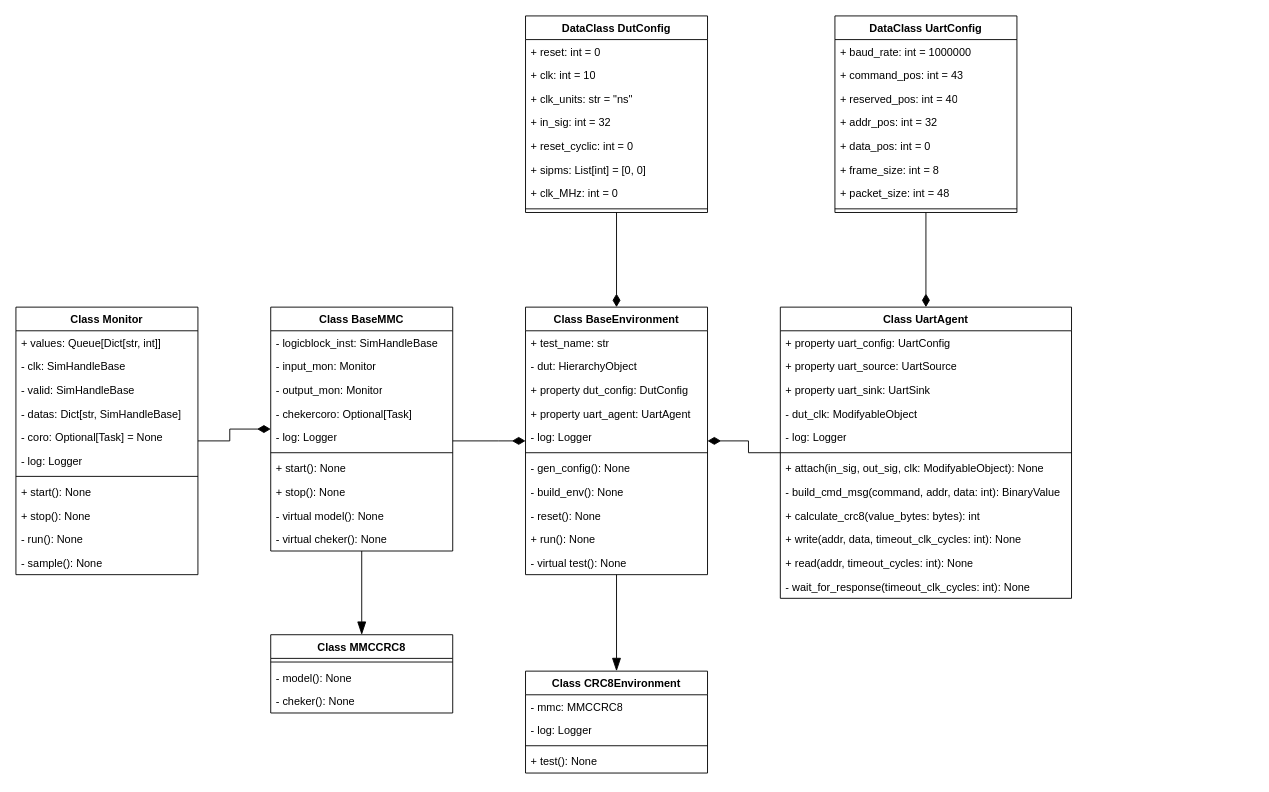
The draw.io diagram UML.drawio in florentcournoyer16/S8APP1, before the edit. Source tidied: cells renumbered, new cells numbered last; positions are measured from the earlier drawing's top-left corner, leaving out a move shared by most shapes. Both pictures are drawn from the tidied source at 91%, with x=0, y=0 at pixel (15, 15).
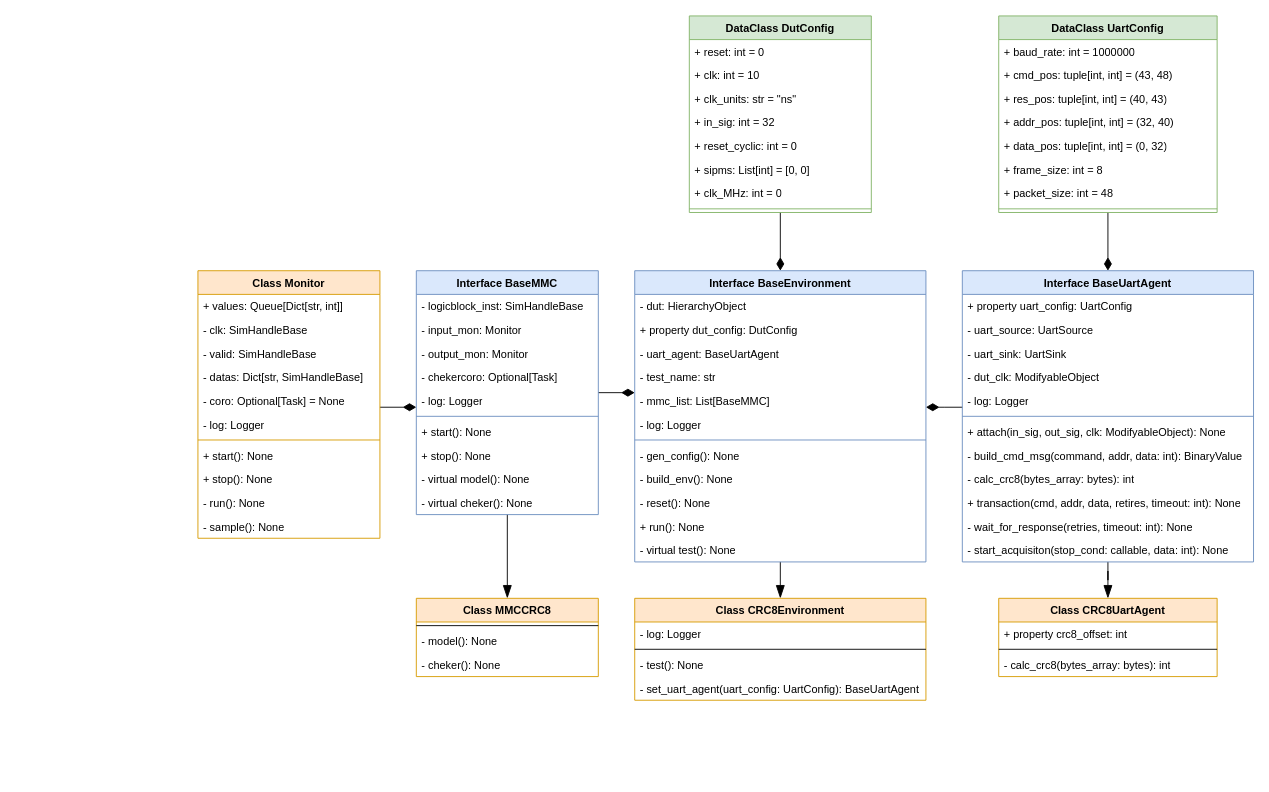
Above is the later version.

Diff of the diagram source:
```diff
@@
     <mxCell id="2" style="edgeStyle=orthogonalEdgeStyle;rounded=0;jettySize=auto;html=1;endSize=12;endArrow=blockThin;endFill=1;" parent="1" edge="1" source="3" target="75">
       <mxGeometry relative="1" as="geometry">
         <Array as="points">
-          <mxPoint x="650" y="802" />
+          <mxPoint x="900" y="580" />
+          <mxPoint x="900" y="580" />
         </Array>
       </mxGeometry>
     </mxCell>
-    <mxCell id="3" value="Class BaseEnvironment" style="swimlane;fontStyle=1;align=center;verticalAlign=top;horizontal=1;startSize=26;whiteSpace=wrap;html=1;" parent="1" vertex="1">
-      <mxGeometry x="560" y="320" width="200" height="294" as="geometry" />
+    <mxCell id="3" value="Interface BaseEnvironment" style="swimlane;fontStyle=1;align=center;verticalAlign=top;horizontal=1;startSize=26;whiteSpace=wrap;html=1;fillColor=#dae8fc;strokeColor=#6c8ebf;" parent="1" vertex="1">
+      <mxGeometry x="680" y="280" width="320" height="320" as="geometry" />
     </mxCell>
-    <mxCell id="4" value="+ test_name: str" style="text;strokeColor=none;fillColor=none;align=left;verticalAlign=top;spacingLeft=4;spacingRight=4;overflow=hidden;whiteSpace=wrap;html=1;" parent="3" vertex="1">
-      <mxGeometry y="26" width="200" height="26" as="geometry" />
-    </mxCell>
     <mxCell id="5" value="- dut: HierarchyObject" style="text;strokeColor=none;fillColor=none;align=left;verticalAlign=top;spacingLeft=4;spacingRight=4;overflow=hidden;whiteSpace=wrap;html=1;" parent="3" vertex="1">
-      <mxGeometry y="52" width="200" height="26" as="geometry" />
+      <mxGeometry y="26" width="320" height="26" as="geometry" />
     </mxCell>
     <mxCell id="6" value="+ property dut_config: DutConfig" style="text;strokeColor=none;fillColor=none;align=left;verticalAlign=top;spacingLeft=4;spacingRight=4;overflow=hidden;whiteSpace=wrap;html=1;" parent="3" vertex="1">
-      <mxGeometry y="78" width="200" height="26" as="geometry" />
+      <mxGeometry y="52" width="320" height="26" as="geometry" />
     </mxCell>
-    <mxCell id="7" value="+ property uart_agent: UartAgent" style="text;strokeColor=none;fillColor=none;align=left;verticalAlign=top;spacingLeft=4;spacingRight=4;overflow=hidden;whiteSpace=wrap;html=1;" parent="3" vertex="1">
-      <mxGeometry y="104" width="200" height="26" as="geometry" />
+    <mxCell id="7" value="- uart_agent: BaseUartAgent" style="text;strokeColor=none;fillColor=none;align=left;verticalAlign=top;spacingLeft=4;spacingRight=4;overflow=hidden;whiteSpace=wrap;html=1;" parent="3" vertex="1">
+      <mxGeometry y="78" width="320" height="26" as="geometry" />
     </mxCell>
+    <mxCell id="4" value="- test_name: str" style="text;strokeColor=none;fillColor=none;align=left;verticalAlign=top;spacingLeft=4;spacingRight=4;overflow=hidden;whiteSpace=wrap;html=1;" parent="3" vertex="1">
+      <mxGeometry y="104" width="320" height="26" as="geometry" />
+    </mxCell>
+    <mxCell id="84" value="- mmc_list: List[BaseMMC]" style="text;strokeColor=none;fillColor=none;align=left;verticalAlign=top;spacingLeft=4;spacingRight=4;overflow=hidden;whiteSpace=wrap;html=1;" parent="3" vertex="1">
+      <mxGeometry y="130" width="320" height="26" as="geometry" />
+    </mxCell>
     <mxCell id="8" value="- log: Logger" style="text;strokeColor=none;fillColor=none;align=left;verticalAlign=top;spacingLeft=4;spacingRight=4;overflow=hidden;whiteSpace=wrap;html=1;" parent="3" vertex="1">
-      <mxGeometry y="130" width="200" height="26" as="geometry" />
+      <mxGeometry y="156" width="320" height="26" as="geometry" />
     </mxCell>
     <mxCell id="9" style="line;strokeWidth=1;fillColor=none;align=left;verticalAlign=middle;spacingTop=-1;spacingLeft=3;spacingRight=3;labelPosition=right;strokeColor=inherit;" parent="3" vertex="1">
-      <mxGeometry y="156" width="200" height="8" as="geometry" />
+      <mxGeometry y="182" width="320" height="8" as="geometry" />
     </mxCell>
     <mxCell id="10" value="- gen_config(): None" style="text;strokeColor=none;fillColor=none;align=left;verticalAlign=top;spacingLeft=4;spacingRight=4;overflow=hidden;whiteSpace=wrap;html=1;" parent="3" vertex="1">
-      <mxGeometry y="164" width="200" height="26" as="geometry" />
+      <mxGeometry y="190" width="320" height="26" as="geometry" />
     </mxCell>
     <mxCell id="11" value="- build_env(): None" style="text;strokeColor=none;fillColor=none;align=left;verticalAlign=top;spacingLeft=4;spacingRight=4;overflow=hidden;whiteSpace=wrap;html=1;" parent="3" vertex="1">
-      <mxGeometry y="190" width="200" height="26" as="geometry" />
+      <mxGeometry y="216" width="320" height="26" as="geometry" />
     </mxCell>
     <mxCell id="12" value="- reset(): None" style="text;strokeColor=none;fillColor=none;align=left;verticalAlign=top;spacingLeft=4;spacingRight=4;overflow=hidden;whiteSpace=wrap;html=1;" parent="3" vertex="1">
-      <mxGeometry y="216" width="200" height="26" as="geometry" />
+      <mxGeometry y="242" width="320" height="26" as="geometry" />
     </mxCell>
     <mxCell id="13" value="+ run(): None" style="text;strokeColor=none;fillColor=none;align=left;verticalAlign=top;spacingLeft=4;spacingRight=4;overflow=hidden;whiteSpace=wrap;html=1;" parent="3" vertex="1">
-      <mxGeometry y="242" width="200" height="26" as="geometry" />
+      <mxGeometry y="268" width="320" height="26" as="geometry" />
     </mxCell>
     <mxCell id="14" value="- virtual test(): None" style="text;strokeColor=none;fillColor=none;align=left;verticalAlign=top;spacingLeft=4;spacingRight=4;overflow=hidden;whiteSpace=wrap;html=1;" parent="3" vertex="1">
-      <mxGeometry y="268" width="200" height="26" as="geometry" />
+      <mxGeometry y="294" width="320" height="26" as="geometry" />
     </mxCell>
     <mxCell id="15" style="edgeStyle=orthogonalEdgeStyle;rounded=0;jettySize=auto;html=1;endArrow=diamondThin;endFill=1;endSize=12;" parent="1" edge="1" source="16" target="3">
-      <mxGeometry relative="1" as="geometry" />
+      <mxGeometry relative="1" as="geometry">
+        <Array as="points">
+          <mxPoint x="1020" y="430" />
+          <mxPoint x="1020" y="430" />
+        </Array>
+      </mxGeometry>
     </mxCell>
+    <mxCell id="85" style="edgeStyle=orthogonalEdgeStyle;rounded=0;jettySize=auto;html=1;endArrow=blockThin;endFill=1;endSize=12;" parent="1" edge="1" source="16" target="88">
+      <mxGeometry relative="1" as="geometry" />
+    </mxCell>
-    <mxCell id="16" value="Class UartAgent" style="swimlane;fontStyle=1;align=center;verticalAlign=top;horizontal=1;startSize=26;whiteSpace=wrap;html=1;" parent="1" vertex="1">
-      <mxGeometry x="840" y="320" width="320" height="320" as="geometry" />
+    <mxCell id="16" value="Interface BaseUartAgent" style="swimlane;fontStyle=1;align=center;verticalAlign=top;horizontal=1;startSize=26;whiteSpace=wrap;html=1;fillColor=#dae8fc;strokeColor=#6c8ebf;" parent="1" vertex="1">
+      <mxGeometry x="1040" y="280" width="320" height="320" as="geometry" />
     </mxCell>
@@
-    <mxCell id="18" value="+ property uart_source: UartSource" style="text;strokeColor=none;fillColor=none;align=left;verticalAlign=top;spacingLeft=4;spacingRight=4;overflow=hidden;whiteSpace=wrap;html=1;" parent="16" vertex="1">
+    <mxCell id="18" value="- uart_source: UartSource" style="text;strokeColor=none;fillColor=none;align=left;verticalAlign=top;spacingLeft=4;spacingRight=4;overflow=hidden;whiteSpace=wrap;html=1;" parent="16" vertex="1">
       <mxGeometry y="52" width="320" height="26" as="geometry" />
     </mxCell>
-    <mxCell id="19" value="+ property uart_sink: UartSink" style="text;strokeColor=none;fillColor=none;align=left;verticalAlign=top;spacingLeft=4;spacingRight=4;overflow=hidden;whiteSpace=wrap;html=1;" parent="16" vertex="1">
+    <mxCell id="19" value="- uart_sink: UartSink" style="text;strokeColor=none;fillColor=none;align=left;verticalAlign=top;spacingLeft=4;spacingRight=4;overflow=hidden;whiteSpace=wrap;html=1;" parent="16" vertex="1">
       <mxGeometry y="78" width="320" height="26" as="geometry" />
     </mxCell>
@@
-    <mxCell id="25" value="+ calculate_crc8(value_bytes: bytes): int" style="text;strokeColor=none;fillColor=none;align=left;verticalAlign=top;spacingLeft=4;spacingRight=4;overflow=hidden;whiteSpace=wrap;html=1;" parent="16" vertex="1">
+    <mxCell id="25" value="- calc_crc8(bytes_array: bytes): int" style="text;strokeColor=none;fillColor=none;align=left;verticalAlign=top;spacingLeft=4;spacingRight=4;overflow=hidden;whiteSpace=wrap;html=1;" parent="16" vertex="1">
       <mxGeometry y="216" width="320" height="26" as="geometry" />
     </mxCell>
-    <mxCell id="26" value="+ write(addr, data, timeout_clk_cycles: int): None" style="text;strokeColor=none;fillColor=none;align=left;verticalAlign=top;spacingLeft=4;spacingRight=4;overflow=hidden;whiteSpace=wrap;html=1;" parent="16" vertex="1">
+    <mxCell id="26" value="+ transaction(cmd, addr, data, retires, timeout: int): None" style="text;strokeColor=none;fillColor=none;align=left;verticalAlign=top;spacingLeft=4;spacingRight=4;overflow=hidden;whiteSpace=wrap;html=1;" parent="16" vertex="1">
       <mxGeometry y="242" width="320" height="26" as="geometry" />
     </mxCell>
-    <mxCell id="27" value="+ read(addr, timeout_cycles: int): None" style="text;strokeColor=none;fillColor=none;align=left;verticalAlign=top;spacingLeft=4;spacingRight=4;overflow=hidden;whiteSpace=wrap;html=1;" parent="16" vertex="1">
-      <mxGeometry y="268" width="320" height="26" as="geometry" />
-    </mxCell>
-    <mxCell id="28" value="- wait_for_response(timeout_clk_cycles: int): None" style="text;strokeColor=none;fillColor=none;align=left;verticalAlign=top;spacingLeft=4;spacingRight=4;overflow=hidden;whiteSpace=wrap;html=1;" parent="16" vertex="1">
-      <mxGeometry y="294" width="320" height="26" as="geometry" />
+    <mxCell id="28" value="- wait_for_response(retries, timeout: int): None" style="text;strokeColor=none;fillColor=none;align=left;verticalAlign=top;spacingLeft=4;spacingRight=4;overflow=hidden;whiteSpace=wrap;html=1;" parent="16" vertex="1">
+      <mxGeometry y="268" width="320" height="26" as="geometry" />
     </mxCell>
+    <mxCell id="86" value="- start_acquisiton(stop_cond: callable, data: int): None" style="text;strokeColor=none;fillColor=none;align=left;verticalAlign=top;spacingLeft=4;spacingRight=4;overflow=hidden;whiteSpace=wrap;html=1;" parent="16" vertex="1">
+      <mxGeometry y="294" width="320" height="26" as="geometry" />
+    </mxCell>
@@
-    <mxCell id="30" value="DataClass UartConfig" style="swimlane;fontStyle=1;align=center;verticalAlign=top;horizontal=1;startSize=26;whiteSpace=wrap;html=1;" parent="1" vertex="1">
-      <mxGeometry x="900" width="200" height="216" as="geometry" />
+    <mxCell id="30" value="DataClass UartConfig" style="swimlane;fontStyle=1;align=center;verticalAlign=top;horizontal=1;startSize=26;whiteSpace=wrap;html=1;fillColor=#d5e8d4;strokeColor=#82b366;" parent="1" vertex="1">
+      <mxGeometry x="1080" width="240" height="216" as="geometry" />
     </mxCell>
     <mxCell id="31" value="+ baud_rate: int = 1000000" style="text;strokeColor=none;fillColor=none;align=left;verticalAlign=top;spacingLeft=4;spacingRight=4;overflow=hidden;whiteSpace=wrap;html=1;" parent="30" vertex="1">
-      <mxGeometry y="26" width="200" height="26" as="geometry" />
+      <mxGeometry y="26" width="240" height="26" as="geometry" />
     </mxCell>
-    <mxCell id="32" value="+ command_pos: int = 43" style="text;strokeColor=none;fillColor=none;align=left;verticalAlign=top;spacingLeft=4;spacingRight=4;overflow=hidden;whiteSpace=wrap;html=1;" parent="30" vertex="1">
-      <mxGeometry y="52" width="200" height="26" as="geometry" />
+    <mxCell id="32" value="+ cmd_pos: tuple[int, int] = (43, 48)" style="text;strokeColor=none;fillColor=none;align=left;verticalAlign=top;spacingLeft=4;spacingRight=4;overflow=hidden;whiteSpace=wrap;html=1;" parent="30" vertex="1">
+      <mxGeometry y="52" width="240" height="26" as="geometry" />
     </mxCell>
-    <mxCell id="33" value="+ reserved_pos: int = 40" style="text;strokeColor=none;fillColor=none;align=left;verticalAlign=top;spacingLeft=4;spacingRight=4;overflow=hidden;whiteSpace=wrap;html=1;" parent="30" vertex="1">
-      <mxGeometry y="78" width="200" height="26" as="geometry" />
+    <mxCell id="33" value="+ res_pos: tuple[int, int] = (40, 43)" style="text;strokeColor=none;fillColor=none;align=left;verticalAlign=top;spacingLeft=4;spacingRight=4;overflow=hidden;whiteSpace=wrap;html=1;" parent="30" vertex="1">
+      <mxGeometry y="78" width="240" height="26" as="geometry" />
     </mxCell>
-    <mxCell id="34" value="+ addr_pos: int = 32" style="text;strokeColor=none;fillColor=none;align=left;verticalAlign=top;spacingLeft=4;spacingRight=4;overflow=hidden;whiteSpace=wrap;html=1;" parent="30" vertex="1">
-      <mxGeometry y="104" width="200" height="26" as="geometry" />
+    <mxCell id="34" value="+ addr_pos: tuple[int, int] = (32, 40)" style="text;strokeColor=none;fillColor=none;align=left;verticalAlign=top;spacingLeft=4;spacingRight=4;overflow=hidden;whiteSpace=wrap;html=1;" parent="30" vertex="1">
+      <mxGeometry y="104" width="240" height="26" as="geometry" />
     </mxCell>
-    <mxCell id="35" value="+ data_pos: int = 0" style="text;strokeColor=none;fillColor=none;align=left;verticalAlign=top;spacingLeft=4;spacingRight=4;overflow=hidden;whiteSpace=wrap;html=1;" parent="30" vertex="1">
-      <mxGeometry y="130" width="200" height="26" as="geometry" />
+    <mxCell id="35" value="+ data_pos: tuple[int, int] = (0, 32)" style="text;strokeColor=none;fillColor=none;align=left;verticalAlign=top;spacingLeft=4;spacingRight=4;overflow=hidden;whiteSpace=wrap;html=1;" parent="30" vertex="1">
+      <mxGeometry y="130" width="240" height="26" as="geometry" />
     </mxCell>
     <mxCell id="36" value="+ frame_size: int = 8" style="text;strokeColor=none;fillColor=none;align=left;verticalAlign=top;spacingLeft=4;spacingRight=4;overflow=hidden;whiteSpace=wrap;html=1;" parent="30" vertex="1">
-      <mxGeometry y="156" width="200" height="26" as="geometry" />
+      <mxGeometry y="156" width="240" height="26" as="geometry" />
     </mxCell>
     <mxCell id="37" value="+ packet_size: int = 48" style="text;strokeColor=none;fillColor=none;align=left;verticalAlign=top;spacingLeft=4;spacingRight=4;overflow=hidden;whiteSpace=wrap;html=1;" parent="30" vertex="1">
-      <mxGeometry y="182" width="200" height="26" as="geometry" />
+      <mxGeometry y="182" width="240" height="26" as="geometry" />
     </mxCell>
     <mxCell id="38" style="line;strokeWidth=1;fillColor=none;align=left;verticalAlign=middle;spacingTop=-1;spacingLeft=3;spacingRight=3;labelPosition=right;strokeColor=inherit;" parent="30" vertex="1">
-      <mxGeometry y="208" width="200" height="8" as="geometry" />
+      <mxGeometry y="208" width="240" height="8" as="geometry" />
     </mxCell>
@@
-    <mxCell id="40" value="DataClass DutConfig" style="swimlane;fontStyle=1;align=center;verticalAlign=top;horizontal=1;startSize=26;whiteSpace=wrap;html=1;" parent="1" vertex="1">
-      <mxGeometry x="560" width="200" height="216" as="geometry" />
+    <mxCell id="40" value="DataClass DutConfig" style="swimlane;fontStyle=1;align=center;verticalAlign=top;horizontal=1;startSize=26;whiteSpace=wrap;html=1;fillColor=#d5e8d4;strokeColor=#82b366;" parent="1" vertex="1">
+      <mxGeometry x="740" width="200" height="216" as="geometry" />
     </mxCell>
@@
     <mxCell id="49" style="edgeStyle=orthogonalEdgeStyle;rounded=0;jettySize=auto;html=1;endArrow=diamondThin;endFill=1;endSize=12;" parent="1" edge="1" source="50" target="64">
-      <mxGeometry relative="1" as="geometry" />
+      <mxGeometry relative="1" as="geometry">
+        <Array as="points">
+          <mxPoint x="410" y="430" />
+          <mxPoint x="410" y="430" />
+        </Array>
+      </mxGeometry>
     </mxCell>
-    <mxCell id="50" value="Class Monitor" style="swimlane;fontStyle=1;align=center;verticalAlign=top;horizontal=1;startSize=26;whiteSpace=wrap;html=1;" parent="1" vertex="1">
-      <mxGeometry y="320" width="200" height="294" as="geometry" />
+    <mxCell id="50" value="Class Monitor" style="swimlane;fontStyle=1;align=center;verticalAlign=top;horizontal=1;startSize=26;whiteSpace=wrap;html=1;fillColor=#ffe6cc;strokeColor=#d79b00;" parent="1" vertex="1">
+      <mxGeometry x="200" y="280" width="200" height="294" as="geometry" />
     </mxCell>
@@
     <mxCell id="62" style="edgeStyle=orthogonalEdgeStyle;rounded=0;jettySize=auto;html=1;endArrow=diamondThin;endFill=1;endSize=12;" parent="1" edge="1" source="64" target="3">
       <mxGeometry relative="1" as="geometry">
         <Array as="points">
-          <mxPoint x="530" y="467" />
-          <mxPoint x="530" y="467" />
+          <mxPoint x="780" y="430" />
+          <mxPoint x="780" y="430" />
         </Array>
       </mxGeometry>
     </mxCell>
@@
-    <mxCell id="64" value="Class BaseMMC" style="swimlane;fontStyle=1;align=center;verticalAlign=top;horizontal=1;startSize=26;whiteSpace=wrap;html=1;" parent="1" vertex="1">
-      <mxGeometry x="280" y="320" width="200" height="268" as="geometry" />
+    <mxCell id="64" value="Interface BaseMMC" style="swimlane;fontStyle=1;align=center;verticalAlign=top;horizontal=1;startSize=26;whiteSpace=wrap;html=1;fillColor=#dae8fc;strokeColor=#6c8ebf;" parent="1" vertex="1">
+      <mxGeometry x="440" y="280" width="200" height="268" as="geometry" />
     </mxCell>
@@
-    <mxCell id="75" value="Class CRC8Environment" style="swimlane;fontStyle=1;align=center;verticalAlign=top;horizontal=1;startSize=26;whiteSpace=wrap;html=1;" parent="1" vertex="1">
-      <mxGeometry x="560" y="720" width="200" height="112" as="geometry" />
+    <mxCell id="75" value="Class CRC8Environment" style="swimlane;fontStyle=1;align=center;verticalAlign=top;horizontal=1;startSize=26;whiteSpace=wrap;html=1;fillColor=#ffe6cc;strokeColor=#d79b00;" parent="1" vertex="1">
+      <mxGeometry x="680" y="640" width="320" height="112" as="geometry" />
     </mxCell>
-    <mxCell id="76" value="- mmc: MMCCRC8" style="text;align=left;verticalAlign=top;spacingLeft=4;spacingRight=4;overflow=hidden;whiteSpace=wrap;html=1;" parent="75" vertex="1">
-      <mxGeometry y="26" width="200" height="26" as="geometry" />
-    </mxCell>
     <mxCell id="77" value="- log: Logger" style="text;align=left;verticalAlign=top;spacingLeft=4;spacingRight=4;overflow=hidden;whiteSpace=wrap;html=1;" parent="75" vertex="1">
-      <mxGeometry y="52" width="200" height="26" as="geometry" />
+      <mxGeometry y="26" width="320" height="26" as="geometry" />
     </mxCell>
     <mxCell id="78" style="line;strokeWidth=1;align=left;verticalAlign=middle;spacingTop=-1;spacingLeft=3;spacingRight=3;labelPosition=right;" parent="75" vertex="1">
-      <mxGeometry y="78" width="200" height="8" as="geometry" />
+      <mxGeometry y="52" width="320" height="8" as="geometry" />
     </mxCell>
-    <mxCell id="79" value="+ test(): None" style="text;align=left;verticalAlign=top;spacingLeft=4;spacingRight=4;overflow=hidden;whiteSpace=wrap;html=1;" parent="75" vertex="1">
-      <mxGeometry y="86" width="200" height="26" as="geometry" />
+    <mxCell id="79" value="- test(): None" style="text;align=left;verticalAlign=top;spacingLeft=4;spacingRight=4;overflow=hidden;whiteSpace=wrap;html=1;" parent="75" vertex="1">
+      <mxGeometry y="60" width="320" height="26" as="geometry" />
     </mxCell>
+    <mxCell id="87" value="- set_uart_agent(uart_config: UartConfig): BaseUartAgent" style="text;align=left;verticalAlign=top;spacingLeft=4;spacingRight=4;overflow=hidden;whiteSpace=wrap;html=1;" parent="75" vertex="1">
+      <mxGeometry y="86" width="320" height="26" as="geometry" />
+    </mxCell>
-    <mxCell id="80" value="Class MMCCRC8" style="swimlane;fontStyle=1;align=center;verticalAlign=top;horizontal=1;startSize=26;whiteSpace=wrap;html=1;" parent="1" vertex="1">
-      <mxGeometry x="280" y="680" width="200" height="86" as="geometry" />
+    <mxCell id="80" value="Class MMCCRC8" style="swimlane;fontStyle=1;align=center;verticalAlign=top;horizontal=1;startSize=26;whiteSpace=wrap;html=1;fillColor=#ffe6cc;strokeColor=#d79b00;" parent="1" vertex="1">
+      <mxGeometry x="440" y="640" width="200" height="86" as="geometry" />
     </mxCell>
@@
+    <mxCell id="88" value="Class CRC8UartAgent" style="swimlane;fontStyle=1;align=center;verticalAlign=top;horizontal=1;startSize=26;whiteSpace=wrap;html=1;fillColor=#ffe6cc;strokeColor=#d79b00;" parent="1" vertex="1">
+      <mxGeometry x="1080" y="640" width="240" height="86" as="geometry" />
+    </mxCell>
+    <mxCell id="89" value="+ property crc8_offset: int" style="text;align=left;verticalAlign=top;spacingLeft=4;spacingRight=4;overflow=hidden;whiteSpace=wrap;html=1;" parent="88" vertex="1">
+      <mxGeometry y="26" width="240" height="26" as="geometry" />
+    </mxCell>
+    <mxCell id="90" style="line;strokeWidth=1;align=left;verticalAlign=middle;spacingTop=-1;spacingLeft=3;spacingRight=3;labelPosition=right;" parent="88" vertex="1">
+      <mxGeometry y="52" width="240" height="8" as="geometry" />
+    </mxCell>
+    <mxCell id="91" value="- calc_crc8(bytes_array: bytes): int" style="text;align=left;verticalAlign=top;spacingLeft=4;spacingRight=4;overflow=hidden;whiteSpace=wrap;html=1;" parent="88" vertex="1">
+      <mxGeometry y="60" width="240" height="26" as="geometry" />
+    </mxCell>
```
